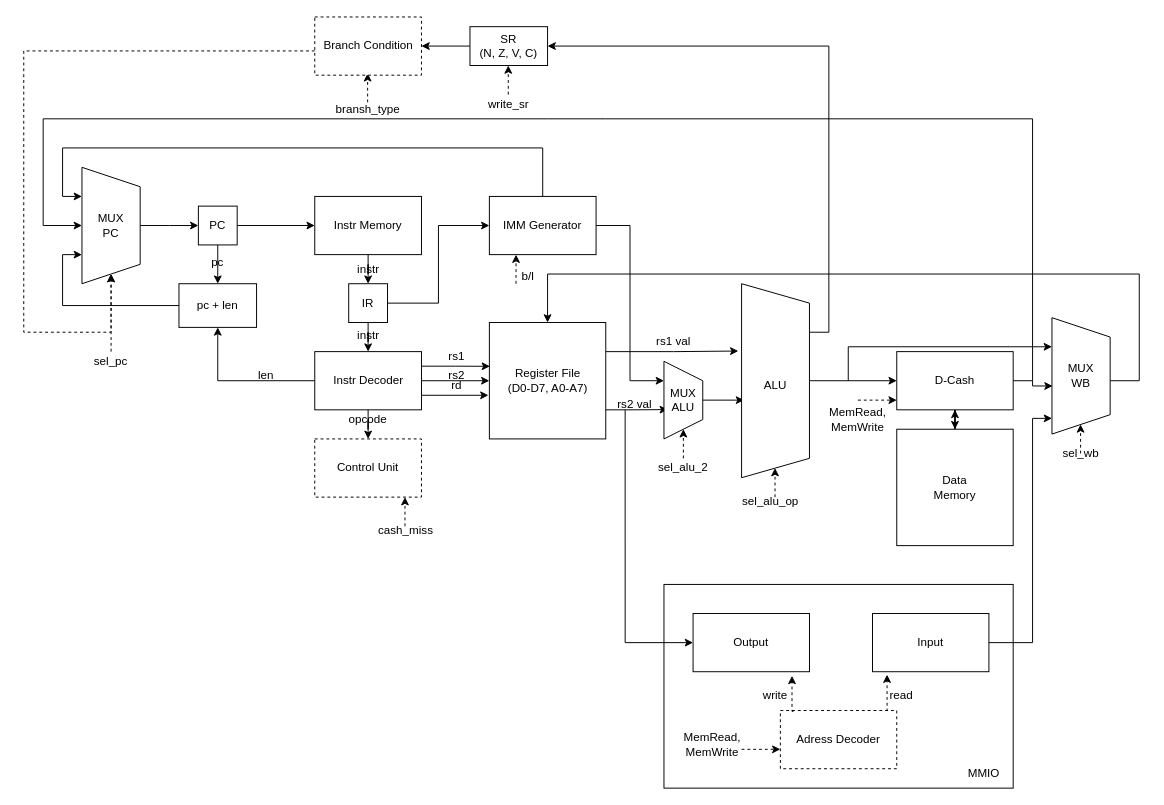
Earlier version of the draw.io diagram page "Страница-1" (1 of 2) of m68.drawio (Weeelp/m68k-architecture). Source tidied: cells renumbered, new cells numbered last; positions are measured from the earlier drawing's top-left corner, leaving out a move shared by most shapes. Both pictures are drawn from the tidied source at 97%, with x=0, y=0 at pixel (23, 16).
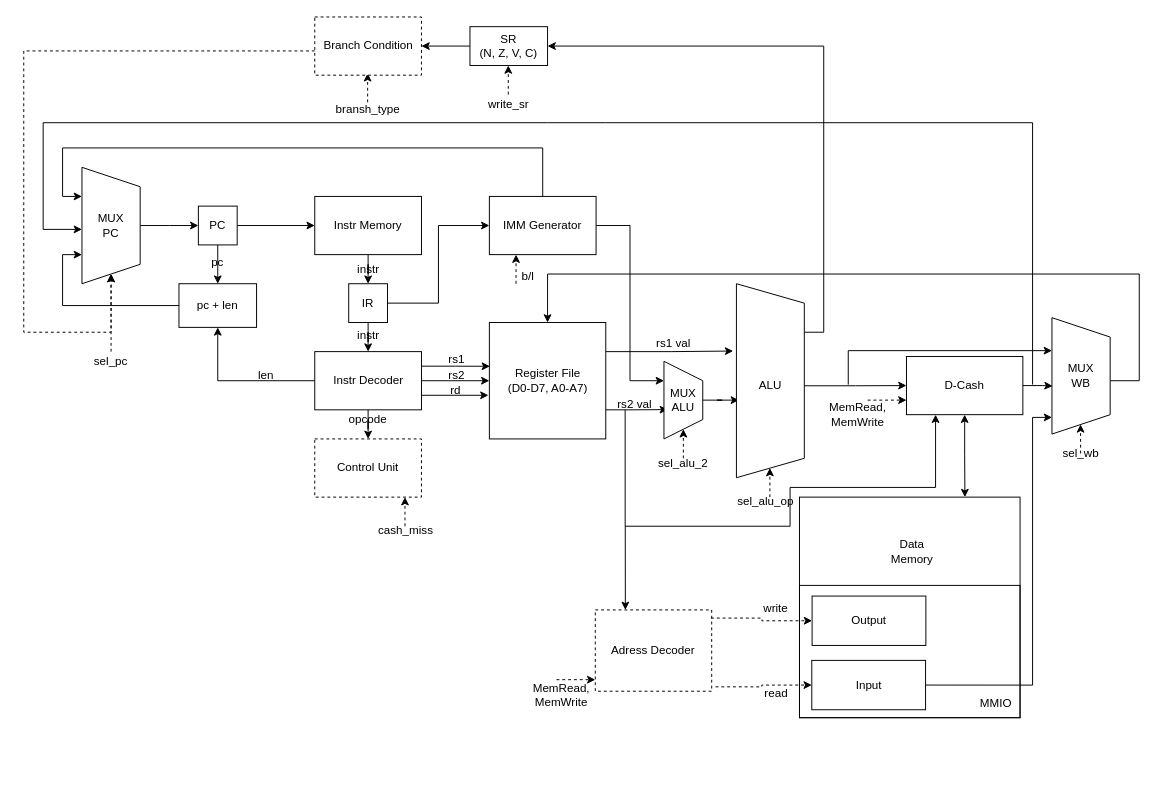
The same page after the edit.

The change refers to these unchanged cells:
```xml
<mxCell id="39" value="MUX&lt;div&gt;PC&lt;/div&gt;" style="text;html=1;whiteSpace=wrap;strokeColor=none;fillColor=none;align=center;verticalAlign=middle;rounded=0;rotation=0;labelBackgroundColor=none;" parent="37" vertex="1">
  <mxGeometry x="30" y="15" width="60" height="30" as="geometry" />
</mxCell>
<mxCell id="62" style="group;labelBackgroundColor=none;" parent="1" vertex="1">
  <mxGeometry x="640" y="375" width="80" height="105" as="geometry" />
</mxCell>
<mxCell id="68" style="shape=trapezoid;perimeter=trapezoidPerimeter;whiteSpace=wrap;html=1;shapeInside=1;fixedSize=1;rotation=90;labelBackgroundColor=none;" parent="67" vertex="1">
  <mxGeometry width="200" height="70" as="geometry" />
</mxCell>
<mxCell id="81" style="shape=trapezoid;perimeter=trapezoidPerimeter;whiteSpace=wrap;html=1;shapeInside=1;fixedSize=1;rotation=90;labelBackgroundColor=none;" parent="80" vertex="1">
  <mxGeometry width="120" height="60" as="geometry" />
</mxCell>
```

What changed in the source:
```diff
@@
     <mxCell id="23" value="rs1" style="text;html=1;whiteSpace=wrap;strokeColor=none;fillColor=none;align=center;verticalAlign=middle;rounded=0;labelBackgroundColor=none;" parent="1" vertex="1">
-      <mxGeometry x="430" y="340" width="32.5" height="20" as="geometry" />
+      <mxGeometry x="430" y="343" width="32.5" height="20" as="geometry" />
     </mxCell>
@@
     <mxCell id="25" value="rd" style="text;html=1;whiteSpace=wrap;strokeColor=none;fillColor=none;align=center;verticalAlign=middle;rounded=0;labelBackgroundColor=none;" parent="1" vertex="1">
-      <mxGeometry x="430" y="370" width="32.5" height="20" as="geometry" />
+      <mxGeometry x="429" y="375" width="32.5" height="20" as="geometry" />
     </mxCell>
@@
-    <mxCell id="27" style="edgeStyle=orthogonalEdgeStyle;rounded=0;jettySize=auto;html=1;entryX=0;entryY=0.5;entryDx=0;entryDy=0;labelBackgroundColor=none;fontColor=default;" parent="1" edge="1" source="68" target="76">
+    <mxCell id="27" style="edgeStyle=orthogonalEdgeStyle;rounded=0;jettySize=auto;html=1;entryX=0;entryY=0.5;entryDx=0;entryDy=0;labelBackgroundColor=none;fontColor=default;exitX=0.526;exitY=0.015;exitDx=0;exitDy=0;exitPerimeter=0;" parent="1" edge="1" source="68" target="76">
       <mxGeometry relative="1" as="geometry" />
     </mxCell>
@@
     <mxCell id="31" value="rs1 val" style="text;html=1;whiteSpace=wrap;strokeColor=none;fillColor=none;align=center;verticalAlign=middle;rounded=0;labelBackgroundColor=none;" parent="1" vertex="1">
-      <mxGeometry x="640" y="320" width="60" height="30" as="geometry" />
+      <mxGeometry x="640" y="322" width="60" height="30" as="geometry" />
     </mxCell>
@@
-    <mxCell id="66" value="sel_alu_2" style="text;html=1;whiteSpace=wrap;strokeColor=none;fillColor=none;align=center;verticalAlign=middle;rounded=0;labelBackgroundColor=none;" parent="62" vertex="1">
-      <mxGeometry x="10" y="75" width="60" height="30" as="geometry" />
-    </mxCell>
     <mxCell id="67" style="group;labelBackgroundColor=none;" parent="1" vertex="1">
-      <mxGeometry x="675" y="340" width="200" height="175" as="geometry" />
+      <mxGeometry x="669.7" y="340" width="200" height="175" as="geometry" />
     </mxCell>
@@
-    <mxCell id="72" style="endArrow=classic;dashed=1;html=1;rounded=0;endFill=1;entryX=1;entryY=0.5;entryDx=0;entryDy=0;labelBackgroundColor=none;fontColor=default;" parent="67" edge="1">
-      <mxGeometry relative="1" as="geometry">
-        <mxPoint x="185" y="55" as="sourcePoint" />
-        <mxPoint x="225" y="55" as="targetPoint" />
-      </mxGeometry>
-    </mxCell>
-    <mxCell id="73" style="group;labelBackgroundColor=none;" parent="1" vertex="1">
-      <mxGeometry x="900" y="345" width="120" height="200" as="geometry" />
-    </mxCell>
-    <mxCell id="74" style="edgeStyle=orthogonalEdgeStyle;rounded=0;jettySize=auto;html=1;labelBackgroundColor=none;fontColor=default;" parent="73" edge="1" source="76" target="77">
-      <mxGeometry relative="1" as="geometry" />
-    </mxCell>
-    <mxCell id="75" style="edgeStyle=orthogonalEdgeStyle;rounded=0;jettySize=auto;html=1;startArrow=classic;startFill=1;labelBackgroundColor=none;fontColor=default;" parent="73" edge="1" source="76" target="79">
-      <mxGeometry relative="1" as="geometry" />
-    </mxCell>
-    <mxCell id="76" style="rounded=0;whiteSpace=wrap;html=1;labelBackgroundColor=none;" parent="73" vertex="1">
-      <mxGeometry width="120" height="60" as="geometry" />
-    </mxCell>
-    <mxCell id="77" style="whiteSpace=wrap;html=1;labelBackgroundColor=none;" parent="73" vertex="1">
-      <mxGeometry y="80" width="120" height="120" as="geometry" />
-    </mxCell>
-    <mxCell id="78" value="D-Cash" style="text;html=1;whiteSpace=wrap;strokeColor=none;fillColor=none;align=center;verticalAlign=middle;rounded=0;labelBackgroundColor=none;" parent="73" vertex="1">
-      <mxGeometry x="30" y="15" width="60" height="30" as="geometry" />
-    </mxCell>
-    <mxCell id="79" value="Data Memory" style="text;html=1;whiteSpace=wrap;strokeColor=none;fillColor=none;align=center;verticalAlign=middle;rounded=0;labelBackgroundColor=none;" parent="73" vertex="1">
-      <mxGeometry x="30" y="125" width="60" height="30" as="geometry" />
-    </mxCell>
+    <mxCell id="66" value="sel_alu_2" style="text;html=1;whiteSpace=wrap;strokeColor=none;fillColor=none;align=center;verticalAlign=middle;rounded=0;labelBackgroundColor=none;" parent="67" vertex="1">
+      <mxGeometry x="-19.7" y="105" width="60" height="30" as="geometry" />
+    </mxCell>
@@
-    <mxCell id="100" style="endArrow=classic;html=1;rounded=0;entryX=0;entryY=0.5;entryDx=0;entryDy=0;endFill=1;labelBackgroundColor=none;fontColor=default;" parent="1" edge="1" target="39">
+    <mxCell id="100" style="endArrow=classic;html=1;rounded=0;entryX=0;entryY=0.5;entryDx=0;entryDy=0;endFill=1;labelBackgroundColor=none;fontColor=default;" parent="1" edge="1">
       <mxGeometry x="-0.12" relative="1" as="geometry">
-        <mxPoint x="1040" y="375" as="sourcePoint" />
+        <mxPoint x="1040" y="379" as="sourcePoint" />
+        <mxPoint x="60" y="219" as="targetPoint" />
         <Array as="points">
-          <mxPoint x="1040" y="105" />
-          <mxPoint x="600" y="105" />
-          <mxPoint x="540" y="105" />
-          <mxPoint x="20" y="105" />
-          <mxPoint x="20" y="215" />
+          <mxPoint x="1040" y="109" />
+          <mxPoint x="600" y="109" />
+          <mxPoint x="540" y="109" />
+          <mxPoint x="20" y="109" />
+          <mxPoint x="20" y="219" />
         </Array>
       </mxGeometry>
     </mxCell>
-    <mxCell id="101" style="endArrow=classic;html=1;rounded=0;entryX=0.25;entryY=1;entryDx=0;entryDy=0;labelBackgroundColor=none;fontColor=default;" parent="1" edge="1" target="81">
+    <mxCell id="101" style="endArrow=classic;html=1;rounded=0;entryX=0.25;entryY=1;entryDx=0;entryDy=0;labelBackgroundColor=none;fontColor=default;" parent="1" edge="1">
       <mxGeometry relative="1" as="geometry">
-        <mxPoint x="850" y="375" as="sourcePoint" />
+        <mxPoint x="850" y="379" as="sourcePoint" />
+        <mxPoint x="1060" y="344" as="targetPoint" />
         <Array as="points">
-          <mxPoint x="850" y="340" />
+          <mxPoint x="850" y="344" />
         </Array>
       </mxGeometry>
     </mxCell>
     <mxCell id="102" value="MemRead, MemWrite" style="text;html=1;whiteSpace=wrap;strokeColor=none;fillColor=none;align=center;verticalAlign=middle;rounded=0;fontFamily=Helvetica;fontSize=12;labelBackgroundColor=none;" parent="1" vertex="1">
-      <mxGeometry x="830" y="400" width="60" height="30" as="geometry" />
+      <mxGeometry x="830" y="395" width="60" height="30" as="geometry" />
     </mxCell>
@@
+    <mxCell id="119" value="rs2 val" style="text;html=1;whiteSpace=wrap;strokeColor=none;fillColor=none;align=center;verticalAlign=middle;rounded=0;labelBackgroundColor=none;" parent="1" vertex="1">
+      <mxGeometry x="600" y="385" width="60" height="30" as="geometry" />
+    </mxCell>
+    <mxCell id="120" style="endArrow=classic;html=1;rounded=0;entryX=0.25;entryY=1;entryDx=0;entryDy=0;exitX=0.333;exitY=0.667;exitDx=0;exitDy=0;exitPerimeter=0;labelBackgroundColor=none;fontColor=default;" parent="1" edge="1" source="119" target="76">
+      <mxGeometry x="-0.05" relative="1" as="geometry">
+        <Array as="points">
+          <mxPoint x="620" y="525" />
+          <mxPoint x="790" y="525" />
+          <mxPoint x="790" y="485" />
+          <mxPoint x="940" y="485" />
+        </Array>
+      </mxGeometry>
+    </mxCell>
+    <mxCell id="74" style="edgeStyle=orthogonalEdgeStyle;rounded=0;jettySize=auto;html=1;labelBackgroundColor=none;fontColor=default;entryX=0.75;entryY=0;entryDx=0;entryDy=0;startArrow=classic;startFill=1;" parent="1" edge="1" source="76" target="77">
+      <mxGeometry relative="1" as="geometry" />
+    </mxCell>
+    <mxCell id="73" style="group;labelBackgroundColor=none;" parent="1" vertex="1">
+      <mxGeometry x="910" y="350" width="120" height="200" as="geometry" />
+    </mxCell>
+    <mxCell id="76" style="rounded=0;whiteSpace=wrap;html=1;labelBackgroundColor=none;" parent="73" vertex="1">
+      <mxGeometry width="120" height="60" as="geometry" />
+    </mxCell>
+    <mxCell id="78" value="D-Cash" style="text;html=1;whiteSpace=wrap;strokeColor=none;fillColor=none;align=center;verticalAlign=middle;rounded=0;labelBackgroundColor=none;" parent="73" vertex="1">
+      <mxGeometry x="30" y="15" width="60" height="30" as="geometry" />
+    </mxCell>
+    <mxCell id="72" style="endArrow=classic;dashed=1;html=1;rounded=0;endFill=1;entryX=1;entryY=0.5;entryDx=0;entryDy=0;labelBackgroundColor=none;fontColor=default;" parent="1" edge="1">
+      <mxGeometry relative="1" as="geometry">
+        <mxPoint x="870" y="395" as="sourcePoint" />
+        <mxPoint x="910" y="395" as="targetPoint" />
+      </mxGeometry>
+    </mxCell>
+    <mxCell id="122" style="group;" parent="1" vertex="1">
+      <mxGeometry x="799.7" y="495" width="227.4" height="227.4" as="geometry" />
+    </mxCell>
+    <mxCell id="77" style="whiteSpace=wrap;html=1;labelBackgroundColor=none;" parent="122" vertex="1">
+      <mxGeometry width="227.4" height="227.4" as="geometry" />
+    </mxCell>
+    <mxCell id="79" value="Data Memory" style="text;html=1;whiteSpace=wrap;strokeColor=none;fillColor=none;align=center;verticalAlign=middle;rounded=0;labelBackgroundColor=none;" parent="122" vertex="1">
+      <mxGeometry x="86" y="41" width="60" height="30" as="geometry" />
+    </mxCell>
-    <mxCell id="106" style="rounded=0;whiteSpace=wrap;html=1;align=center;verticalAlign=middle;fontFamily=Helvetica;fontSize=12;fillColor=none;labelBackgroundColor=none;" parent="1" vertex="1">
-      <mxGeometry x="660" y="585" width="360" height="210" as="geometry" />
+    <mxCell id="106" style="rounded=0;whiteSpace=wrap;html=1;align=center;verticalAlign=middle;fontFamily=Helvetica;fontSize=12;fillColor=none;labelBackgroundColor=none;" parent="122" vertex="1">
+      <mxGeometry y="91" width="227.4" height="136.4" as="geometry" />
     </mxCell>
+    <mxCell id="109" value="MMIO" style="text;html=1;whiteSpace=wrap;strokeColor=none;fillColor=none;align=center;verticalAlign=middle;rounded=0;fontFamily=Helvetica;fontSize=12;labelBackgroundColor=none;" parent="122" vertex="1">
+      <mxGeometry x="178.3" y="198" width="49.2" height="29.4" as="geometry" />
+    </mxCell>
+    <mxCell id="123" style="group;" parent="122" vertex="1">
+      <mxGeometry x="13" y="102" width="117.3" height="50.9" as="geometry" />
+    </mxCell>
+    <mxCell id="108" style="rounded=0;whiteSpace=wrap;html=1;align=center;verticalAlign=middle;fontFamily=Helvetica;fontSize=12;fillColor=none;labelBackgroundColor=none;" parent="123" vertex="1">
+      <mxGeometry width="117.3" height="50.9" as="geometry" />
+    </mxCell>
+    <mxCell id="111" value="Output" style="text;html=1;whiteSpace=wrap;strokeColor=none;fillColor=none;align=center;verticalAlign=middle;rounded=0;fontFamily=Helvetica;fontSize=12;labelBackgroundColor=none;" parent="123" vertex="1">
+      <mxGeometry x="29" y="12.7" width="58.6" height="25.5" as="geometry" />
+    </mxCell>
+    <mxCell id="124" style="group;" parent="122" vertex="1">
+      <mxGeometry x="12.7" y="168.3" width="117.3" height="50.9" as="geometry" />
+    </mxCell>
-    <mxCell id="107" style="rounded=0;whiteSpace=wrap;html=1;align=center;verticalAlign=middle;fontFamily=Helvetica;fontSize=12;fillColor=none;labelBackgroundColor=none;" parent="1" vertex="1">
-      <mxGeometry x="875" y="615" width="120" height="60" as="geometry" />
+    <mxCell id="107" style="rounded=0;whiteSpace=wrap;html=1;align=center;verticalAlign=middle;fontFamily=Helvetica;fontSize=12;fillColor=none;labelBackgroundColor=none;" parent="124" vertex="1">
+      <mxGeometry width="117.3" height="50.9" as="geometry" />
     </mxCell>
-    <mxCell id="108" style="rounded=0;whiteSpace=wrap;html=1;align=center;verticalAlign=middle;fontFamily=Helvetica;fontSize=12;fillColor=none;labelBackgroundColor=none;" parent="1" vertex="1">
-      <mxGeometry x="690" y="615" width="120" height="60" as="geometry" />
-    </mxCell>
-    <mxCell id="109" value="MMIO" style="text;html=1;whiteSpace=wrap;strokeColor=none;fillColor=none;align=center;verticalAlign=middle;rounded=0;fontFamily=Helvetica;fontSize=12;labelBackgroundColor=none;" parent="1" vertex="1">
-      <mxGeometry x="960" y="765" width="60" height="30" as="geometry" />
-    </mxCell>
-    <mxCell id="110" value="Input" style="text;html=1;whiteSpace=wrap;strokeColor=none;fillColor=none;align=center;verticalAlign=middle;rounded=0;fontFamily=Helvetica;fontSize=12;labelBackgroundColor=none;" parent="1" vertex="1">
-      <mxGeometry x="905" y="630" width="60" height="30" as="geometry" />
+    <mxCell id="110" value="Input" style="text;html=1;whiteSpace=wrap;strokeColor=none;fillColor=none;align=center;verticalAlign=middle;rounded=0;fontFamily=Helvetica;fontSize=12;labelBackgroundColor=none;" parent="124" vertex="1">
+      <mxGeometry x="29.6" y="12.7" width="58.6" height="25.5" as="geometry" />
     </mxCell>
-    <mxCell id="111" value="Output" style="text;html=1;whiteSpace=wrap;strokeColor=none;fillColor=none;align=center;verticalAlign=middle;rounded=0;fontFamily=Helvetica;fontSize=12;labelBackgroundColor=none;" parent="1" vertex="1">
-      <mxGeometry x="720" y="630" width="60" height="30" as="geometry" />
-    </mxCell>
+    <mxCell id="125" style="group;" parent="1" vertex="1">
+      <mxGeometry x="530" y="611.3" width="179.2" height="101.9" as="geometry" />
+    </mxCell>
-    <mxCell id="112" value="Adress Decoder" style="whiteSpace=wrap;html=1;dashed=1;rounded=0;align=center;verticalAlign=middle;fontFamily=Helvetica;fontSize=12;fillColor=none;labelBackgroundColor=none;" parent="1" vertex="1">
-      <mxGeometry x="780" y="715" width="120" height="60" as="geometry" />
+    <mxCell id="112" value="Adress Decoder" style="whiteSpace=wrap;html=1;dashed=1;rounded=0;align=center;verticalAlign=middle;fontFamily=Helvetica;fontSize=12;fillColor=none;labelBackgroundColor=none;" parent="125" vertex="1">
+      <mxGeometry x="59.2" width="120" height="83.8" as="geometry" />
     </mxCell>
-    <mxCell id="113" value="MemRead, MemWrite" style="text;html=1;whiteSpace=wrap;strokeColor=none;fillColor=none;align=center;verticalAlign=middle;rounded=0;fontFamily=Helvetica;fontSize=12;labelBackgroundColor=none;" parent="1" vertex="1">
-      <mxGeometry x="680" y="735" width="60" height="30" as="geometry" />
+    <mxCell id="113" value="MemRead, MemWrite" style="text;html=1;whiteSpace=wrap;strokeColor=none;fillColor=none;align=center;verticalAlign=middle;rounded=0;fontFamily=Helvetica;fontSize=12;labelBackgroundColor=none;" parent="125" vertex="1">
+      <mxGeometry y="72.5" width="49.2" height="29.4" as="geometry" />
     </mxCell>
-    <mxCell id="114" style="endArrow=classic;dashed=1;html=1;rounded=0;endFill=1;entryX=1;entryY=0.5;entryDx=0;entryDy=0;labelBackgroundColor=none;fontColor=default;" parent="1" edge="1">
-      <mxGeometry relative="1" as="geometry">
-        <mxPoint x="740" y="755" as="sourcePoint" />
-        <mxPoint x="780" y="755" as="targetPoint" />
-        <Array as="points">
-          <mxPoint x="755" y="755" />
-        </Array>
-      </mxGeometry>
-    </mxCell>
+    <mxCell id="126" style="endArrow=classic;dashed=1;html=1;rounded=0;endFill=1;entryX=1;entryY=0.5;entryDx=0;entryDy=0;labelBackgroundColor=none;fontColor=default;" parent="125" edge="1">
+      <mxGeometry relative="1" as="geometry">
+        <mxPoint x="19.2" y="71.9" as="sourcePoint" />
+        <mxPoint x="59.2" y="71.9" as="targetPoint" />
+      </mxGeometry>
+    </mxCell>
-    <mxCell id="115" style="edgeStyle=orthogonalEdgeStyle;rounded=0;jettySize=auto;html=1;exitX=0.112;exitY=0.014;exitDx=0;exitDy=0;entryX=0.85;entryY=1.071;entryDx=0;entryDy=0;entryPerimeter=0;exitPerimeter=0;dashed=1;labelBackgroundColor=none;fontColor=default;" parent="1" edge="1" source="112" target="108">
+    <mxCell id="115" style="edgeStyle=orthogonalEdgeStyle;rounded=0;jettySize=auto;html=1;exitX=0.994;exitY=0.1;exitDx=0;exitDy=0;entryX=0;entryY=0.5;entryDx=0;entryDy=0;dashed=1;labelBackgroundColor=none;fontColor=default;exitPerimeter=0;" parent="1" edge="1" source="112" target="108">
       <mxGeometry x="-0.41" relative="1" as="geometry" />
     </mxCell>
-    <mxCell id="116" style="edgeStyle=orthogonalEdgeStyle;rounded=0;orthogonalLoop=1;jettySize=auto;html=1;exitX=0.112;exitY=0.014;exitDx=0;exitDy=0;entryX=0.85;entryY=1.071;entryDx=0;entryDy=0;entryPerimeter=0;exitPerimeter=0;dashed=1;labelBackgroundColor=none;fontColor=default;" parent="1" edge="1">
-      <mxGeometry x="-0.41" relative="1" as="geometry">
-        <mxPoint x="891" y="715" as="sourcePoint" />
-        <mxPoint x="890" y="678" as="targetPoint" />
-      </mxGeometry>
+    <mxCell id="116" style="edgeStyle=orthogonalEdgeStyle;rounded=0;jettySize=auto;html=1;exitX=1.033;exitY=0.946;exitDx=0;exitDy=0;dashed=1;labelBackgroundColor=none;fontColor=default;entryX=0;entryY=0.5;entryDx=0;entryDy=0;exitPerimeter=0;" parent="1" edge="1" source="112" target="107">
+      <mxGeometry x="-0.39" relative="1" as="geometry" />
     </mxCell>
+    <mxCell id="118" value="write" style="text;html=1;whiteSpace=wrap;strokeColor=none;fillColor=none;align=center;verticalAlign=middle;rounded=0;fontFamily=Helvetica;fontSize=12;labelBackgroundColor=none;" parent="1" vertex="1">
+      <mxGeometry x="746.1" y="597" width="58.6" height="25.5" as="geometry" />
+    </mxCell>
     <mxCell id="117" value="read" style="text;html=1;whiteSpace=wrap;strokeColor=none;fillColor=none;align=center;verticalAlign=middle;rounded=0;fontFamily=Helvetica;fontSize=12;labelBackgroundColor=none;" parent="1" vertex="1">
-      <mxGeometry x="875" y="685" width="60" height="30" as="geometry" />
+      <mxGeometry x="746.1" y="683.2" width="60" height="30" as="geometry" />
     </mxCell>
-    <mxCell id="118" value="write" style="text;html=1;whiteSpace=wrap;strokeColor=none;fillColor=none;align=center;verticalAlign=middle;rounded=0;fontFamily=Helvetica;fontSize=12;labelBackgroundColor=none;" parent="1" vertex="1">
-      <mxGeometry x="745" y="685" width="60" height="30" as="geometry" />
-    </mxCell>
-    <mxCell id="119" value="rs2 val" style="text;html=1;whiteSpace=wrap;strokeColor=none;fillColor=none;align=center;verticalAlign=middle;rounded=0;labelBackgroundColor=none;" parent="1" vertex="1">
-      <mxGeometry x="600" y="385" width="60" height="30" as="geometry" />
-    </mxCell>
-    <mxCell id="120" style="endArrow=classic;html=1;rounded=0;entryX=0;entryY=0.5;entryDx=0;entryDy=0;exitX=0.333;exitY=0.667;exitDx=0;exitDy=0;exitPerimeter=0;labelBackgroundColor=none;fontColor=default;" parent="1" edge="1" source="119" target="108">
-      <mxGeometry relative="1" as="geometry">
-        <Array as="points">
-          <mxPoint x="620" y="645" />
-        </Array>
-      </mxGeometry>
-    </mxCell>
-    <mxCell id="121" style="endArrow=classic;html=1;rounded=0;entryX=0.865;entryY=0.999;entryDx=0;entryDy=0;entryPerimeter=0;exitX=1;exitY=0.5;exitDx=0;exitDy=0;labelBackgroundColor=none;fontColor=default;" parent="1" edge="1" source="107" target="81">
-      <mxGeometry relative="1" as="geometry">
+    <mxCell id="121" style="endArrow=classic;html=1;rounded=0;entryX=0.865;entryY=0.999;entryDx=0;entryDy=0;entryPerimeter=0;exitX=1;exitY=0.5;exitDx=0;exitDy=0;labelBackgroundColor=none;fontColor=default;" parent="1" edge="1" source="107">
+      <mxGeometry x="0.21" relative="1" as="geometry">
+        <mxPoint x="1060.1" y="412.8" as="targetPoint" />
         <Array as="points">
-          <mxPoint x="1040" y="645" />
-          <mxPoint x="1040" y="413.8" />
+          <mxPoint x="1040" y="688.8" />
+          <mxPoint x="1040" y="412.8" />
         </Array>
       </mxGeometry>
     </mxCell>
+    <mxCell id="127" style="endArrow=classic;html=1;rounded=0;entryX=0.25;entryY=0;entryDx=0;entryDy=0;" parent="1" edge="1">
+      <mxGeometry relative="1" as="geometry">
+        <mxPoint x="620.1" y="525" as="sourcePoint" />
+        <mxPoint x="620.2" y="611.3" as="targetPoint" />
+      </mxGeometry>
+    </mxCell>
```
